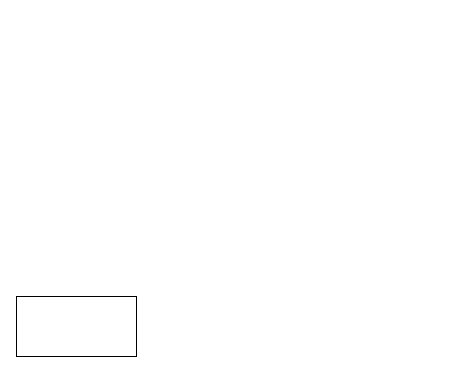
The draw.io diagram 未命名绘图.drawio in zhu-mei-saxofintech/drawio-test, before the edit. Source tidied: cells renumbered, new cells numbered last; positions are measured from the earlier drawing's top-left corner, leaving out a move shared by most shapes. Both pictures are drawn from the tidied source at 100%, with x=0, y=0 at pixel (16, 296).
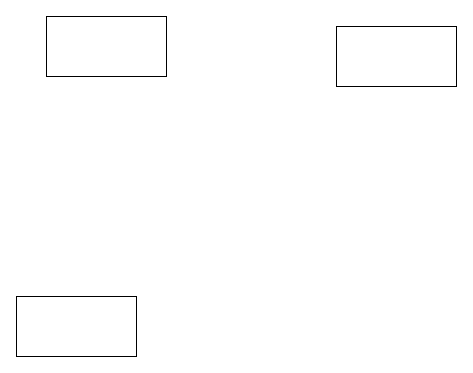
The same diagram, later.

Commit message:
更新未命名绘图.drawio

Diff of the diagram source:
```diff
@@
 <mxGraphModel>
   <root>
     <mxCell id="0" />
     <mxCell id="1" parent="0" />
     <mxCell id="2" style="rounded=0;whiteSpace=wrap;html=1;" parent="1" vertex="1">
       <mxGeometry width="120" height="60" as="geometry" />
     </mxCell>
+    <mxCell id="3" style="rounded=0;whiteSpace=wrap;html=1;" parent="1" vertex="1">
+      <mxGeometry x="30" y="-280" width="120" height="60" as="geometry" />
+    </mxCell>
+    <mxCell id="4" style="rounded=0;whiteSpace=wrap;html=1;" parent="1" vertex="1">
+      <mxGeometry x="320" y="-270" width="120" height="60" as="geometry" />
+    </mxCell>
   </root>
 </mxGraphModel>
```
